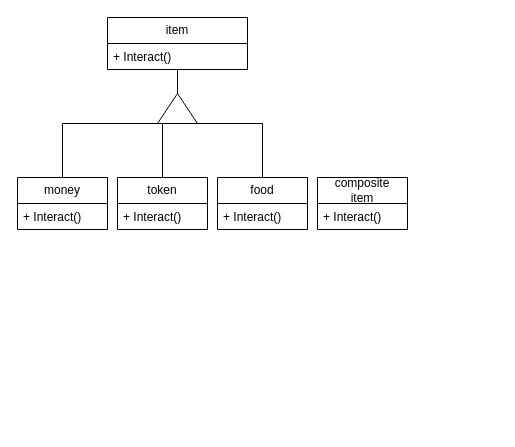
Earlier version of the draw.io diagram A3_1.drawio (critschris/COMP-354). Source tidied: cells renumbered, new cells numbered last; positions are measured from the earlier drawing's top-left corner, leaving out a move shared by most shapes. Both pictures are drawn from the tidied source at 100%, with x=0, y=0 at pixel (17, 17).
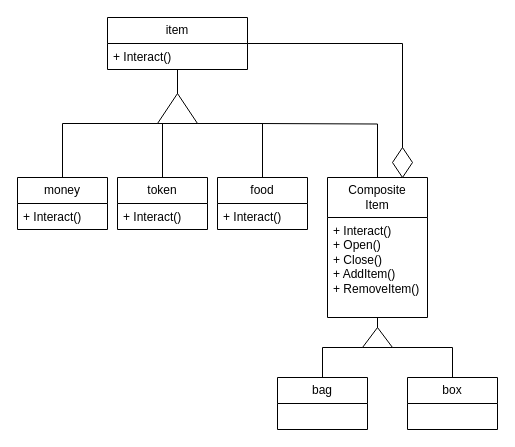
After the change.

Unchanged cells that the change refers to:
```xml
<mxCell id="5" value="item" style="swimlane;fontStyle=0;horizontal=1;startSize=26;fillColor=none;whiteSpace=wrap;html=1;" parent="1" vertex="1">
  <mxGeometry x="90" width="140" height="52" as="geometry" />
</mxCell>
```

What changed in the source:
```diff
@@
+    <mxCell id="16" style="edgeStyle=orthogonalEdgeStyle;rounded=0;jettySize=auto;html=1;entryX=0.75;entryY=0;entryDx=0;entryDy=0;endArrow=none;endFill=0;strokeWidth=1;startFill=0;" parent="1" edge="1" source="5" target="14">
+      <mxGeometry relative="1" as="geometry" />
+    </mxCell>
@@
+    <mxCell id="17" style="edgeStyle=orthogonalEdgeStyle;rounded=0;jettySize=auto;html=1;entryX=0.5;entryY=0;entryDx=0;entryDy=0;endArrow=none;startFill=0;" parent="1" edge="1" source="14" target="21">
+      <mxGeometry relative="1" as="geometry" />
+    </mxCell>
+    <mxCell id="18" style="edgeStyle=orthogonalEdgeStyle;rounded=0;jettySize=auto;html=1;entryX=0.5;entryY=0;entryDx=0;entryDy=0;endArrow=none;startFill=0;" parent="1" edge="1" source="14" target="22">
+      <mxGeometry relative="1" as="geometry" />
+    </mxCell>
-    <mxCell id="14" value="composite&lt;div&gt;item&lt;/div&gt;" style="swimlane;fontStyle=0;horizontal=1;startSize=26;fillColor=none;whiteSpace=wrap;html=1;" parent="1" vertex="1">
-      <mxGeometry x="300" y="160" width="90" height="52" as="geometry" />
+    <mxCell id="14" value="&lt;div&gt;&lt;span style=&quot;background-color: transparent; color: light-dark(rgb(0, 0, 0), rgb(255, 255, 255));&quot;&gt;Composite&lt;/span&gt;&lt;/div&gt;Item" style="swimlane;fontStyle=0;horizontal=1;startSize=40;fillColor=none;whiteSpace=wrap;html=1;" parent="1" vertex="1">
+      <mxGeometry x="310" y="160" width="100" height="140" as="geometry" />
     </mxCell>
-    <mxCell id="15" value="+ Interact()" style="text;strokeColor=none;fillColor=none;align=left;verticalAlign=top;spacingLeft=4;spacingRight=4;overflow=hidden;whiteSpace=wrap;html=1;" parent="14" vertex="1">
-      <mxGeometry y="26" width="90" height="26" as="geometry" />
+    <mxCell id="15" value="+ Interact()&lt;div&gt;+ Open()&lt;/div&gt;&lt;div&gt;+ Close()&lt;/div&gt;&lt;div&gt;+ AddItem()&lt;/div&gt;&lt;div&gt;+ RemoveItem()&lt;/div&gt;" style="text;strokeColor=none;fillColor=none;align=left;verticalAlign=top;spacingLeft=4;spacingRight=4;overflow=hidden;whiteSpace=wrap;html=1;" parent="14" vertex="1">
+      <mxGeometry y="40" width="100" height="100" as="geometry" />
     </mxCell>
+    <mxCell id="19" style="endArrow=none;html=1;rounded=0;edgeStyle=orthogonalEdgeStyle;entryX=0.5;entryY=0;entryDx=0;entryDy=0;" parent="1" edge="1" target="14">
+      <mxGeometry relative="1" as="geometry">
+        <mxPoint x="240" y="106" as="sourcePoint" />
+      </mxGeometry>
+    </mxCell>
+    <mxCell id="20" style="rhombus;whiteSpace=wrap;html=1;" parent="1" vertex="1">
+      <mxGeometry x="375" y="130" width="20" height="30" as="geometry" />
+    </mxCell>
+    <mxCell id="21" value="bag" style="swimlane;fontStyle=0;horizontal=1;startSize=26;fillColor=none;whiteSpace=wrap;html=1;" parent="1" vertex="1">
+      <mxGeometry x="260" y="360" width="90" height="52" as="geometry" />
+    </mxCell>
+    <mxCell id="22" value="box" style="swimlane;fontStyle=0;horizontal=1;startSize=26;fillColor=none;whiteSpace=wrap;html=1;" parent="1" vertex="1">
+      <mxGeometry x="390" y="360" width="90" height="52" as="geometry" />
+    </mxCell>
+    <mxCell id="23" style="edgeStyle=orthogonalEdgeStyle;rounded=0;jettySize=auto;html=1;entryX=0.5;entryY=0;entryDx=0;entryDy=0;endArrow=none;startFill=0;" parent="1" edge="1" source="14" target="24">
+      <mxGeometry relative="1" as="geometry" />
+    </mxCell>
+    <mxCell id="24" style="triangle;whiteSpace=wrap;html=1;rotation=-90;" parent="1" vertex="1">
+      <mxGeometry x="350" y="305" width="20" height="30" as="geometry" />
+    </mxCell>
```
